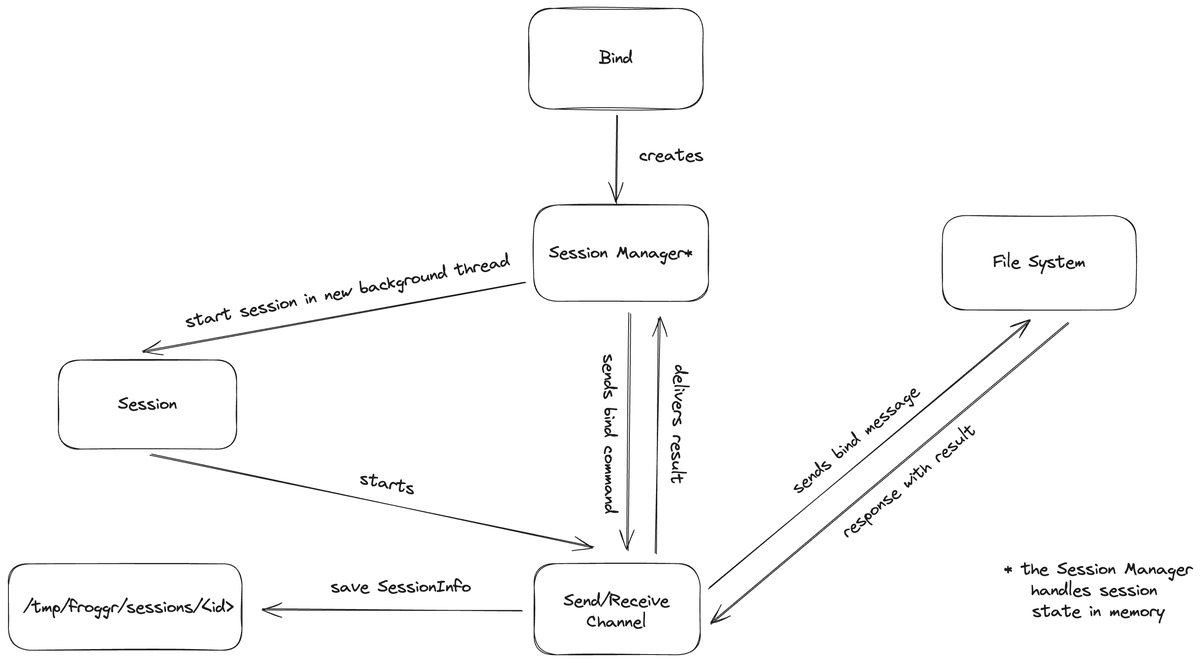
Before: media/bind-process.png, a diagram exported from Excalidraw (doriancodes/filesystem-manager). Source tidied: one line per element, renumbered; positions are measured from the earlier drawing's top-left corner, leaving out a move shared by most shapes.
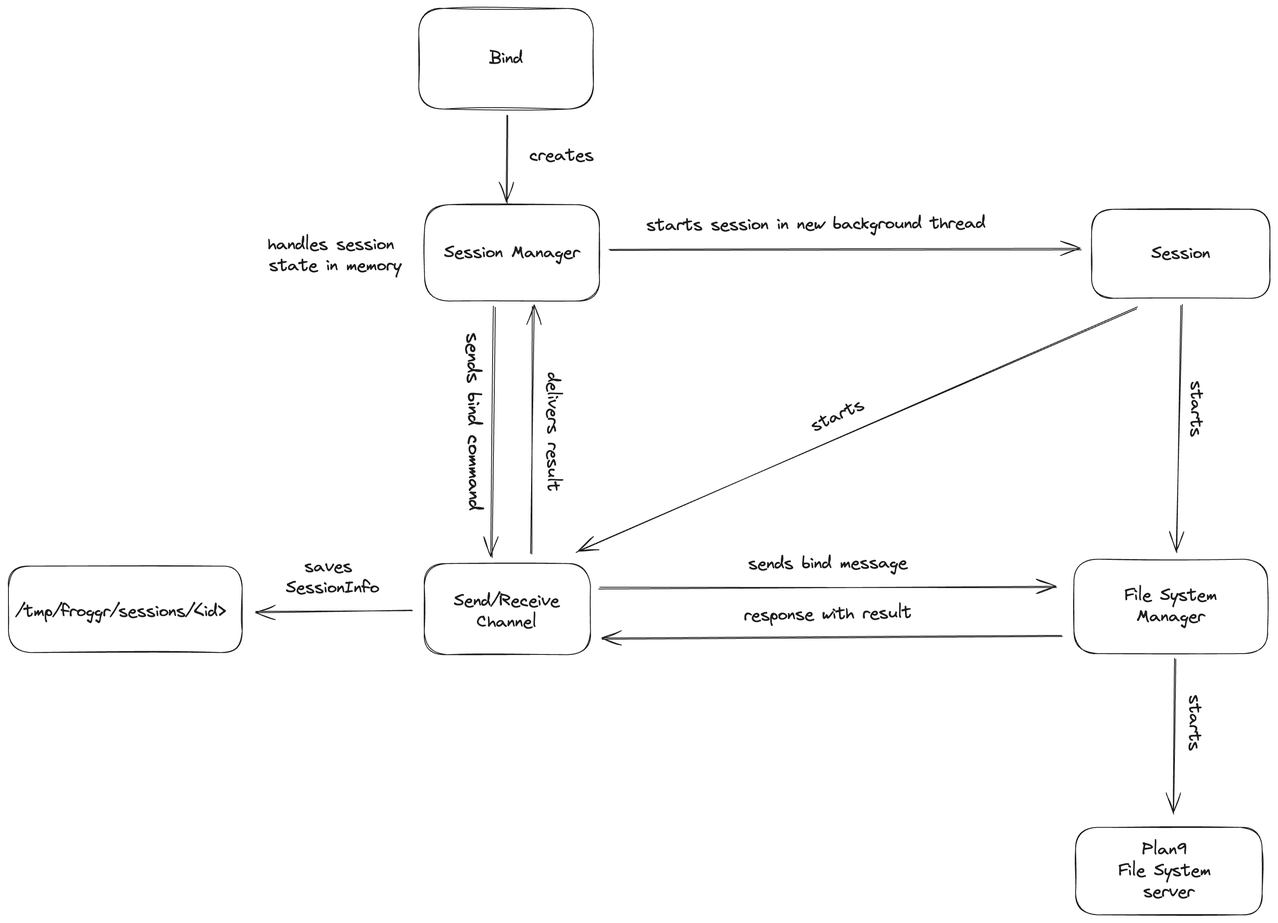
Later version of the same file.

Commit message:
edit bind diagram

Change to the diagram source:
```diff
@@ -1,29 +1,35 @@
 {"id": 0, "type": "rectangle", "strokeColor": "#1e1e1e", "strokeWidth": 1, "roughness": 1, "round": true, "x": 623, "y": 657, "width": 197, "height": 108}
 {"id": 1, "type": "rectangle", "strokeColor": "#1e1e1e", "strokeWidth": 1, "roughness": 1, "round": true, "x": 616, "y": 0, "width": 207, "height": 119}
 {"id": 2, "type": "text", "text": "Bind", "strokeColor": "#1e1e1e", "strokeWidth": 1, "roughness": 1, "fontSize": 20, "fontFamily": 1, "textAlign": "center", "verticalAlign": "middle", "inside": 1, "x": 700, "y": 47, "width": 40, "height": 25}
-{"id": 3, "type": "rectangle", "strokeColor": "#1e1e1e", "strokeWidth": 1, "roughness": 1, "round": true, "x": 622, "y": 233, "width": 207, "height": 114}
+{"id": 3, "type": "rectangle", "strokeColor": "#1e1e1e", "strokeWidth": 1, "roughness": 1, "round": true, "x": 623, "y": 232, "width": 207, "height": 114}
-{"id": 4, "type": "text", "text": "Session Manager*", "strokeColor": "#1e1e1e", "strokeWidth": 1, "roughness": 1, "fontSize": 20, "fontFamily": 1, "textAlign": "center", "verticalAlign": "middle", "inside": 3, "x": 640, "y": 277, "width": 171, "height": 25}
+{"id": 4, "type": "text", "text": "Session Manager", "strokeColor": "#1e1e1e", "strokeWidth": 1, "roughness": 1, "fontSize": 20, "fontFamily": 1, "textAlign": "center", "verticalAlign": "middle", "inside": 3, "x": 646, "y": 277, "width": 161, "height": 25}
 {"id": 5, "type": "text", "text": "Send/Receive\nChannel", "strokeColor": "#1e1e1e", "strokeWidth": 1, "roughness": 1, "fontSize": 20, "fontFamily": 1, "textAlign": "center", "x": 657, "y": 689, "width": 126, "height": 50}
-{"id": 6, "type": "arrow", "strokeColor": "#1e1e1e", "strokeWidth": 1, "roughness": 1, "endArrowhead": "arrow", "round": true, "from": 3, "to": 21, "x": 613, "y": 323, "width": 454, "height": 83, "points": [[0, 0], [-454, 83]]}
 {"id": 7, "type": "arrow", "strokeColor": "#1e1e1e", "strokeWidth": 1, "roughness": 1, "endArrowhead": "arrow", "round": true, "from": 1, "to": 3, "x": 720, "y": 126, "width": 0, "height": 105, "points": [[0, 0], [0, 105]]}
-{"id": 8, "type": "arrow", "strokeColor": "#1e1e1e", "angle": 1.54, "strokeWidth": 1, "roughness": 1, "endArrowhead": "arrow", "round": true, "from": 3, "to": 0, "x": 595, "y": 496, "width": 281, "height": 10, "points": [[0, 0], [281, 10]]}
+{"id": 8, "type": "arrow", "strokeColor": "#1e1e1e", "angle": 1.54, "strokeWidth": 1, "roughness": 1, "endArrowhead": "arrow", "round": true, "from": 3, "to": 0, "x": 557, "y": 495, "width": 297, "height": 11, "points": [[0, 0], [297, 11]]}
-{"id": 9, "type": "rectangle", "strokeColor": "#1e1e1e", "strokeWidth": 1, "roughness": 1, "round": true, "x": 1106, "y": 245, "width": 229, "height": 112}
+{"id": 9, "type": "rectangle", "strokeColor": "#1e1e1e", "strokeWidth": 1, "roughness": 1, "round": true, "x": 1391, "y": 652, "width": 229, "height": 112}
-{"id": 10, "type": "text", "text": "File System", "strokeColor": "#1e1e1e", "strokeWidth": 1, "roughness": 1, "fontSize": 20, "fontFamily": 1, "textAlign": "center", "verticalAlign": "middle", "inside": 9, "x": 1166, "y": 289, "width": 109, "height": 25}
+{"id": 10, "type": "text", "text": "File System\nManager", "strokeColor": "#1e1e1e", "strokeWidth": 1, "roughness": 1, "fontSize": 20, "fontFamily": 1, "textAlign": "center", "verticalAlign": "middle", "inside": 9, "x": 1451, "y": 683, "width": 109, "height": 50}
-{"id": 11, "type": "text", "text": "sends bind command", "strokeColor": "#1e1e1e", "angle": 1.56, "strokeWidth": 1, "roughness": 1, "fontSize": 20, "fontFamily": 1, "x": 617, "y": 491, "width": 189, "height": 25}
+{"id": 11, "type": "text", "text": "sends bind command", "strokeColor": "#1e1e1e", "angle": 1.56, "strokeWidth": 1, "roughness": 1, "fontSize": 22.26, "fontFamily": 1, "x": 575, "y": 476, "width": 210, "height": 28}
-{"id": 12, "type": "arrow", "strokeColor": "#1e1e1e", "strokeWidth": 1, "roughness": 1, "endArrowhead": "arrow", "round": true, "from": 9, "to": 0, "x": 1255, "y": 373, "width": 424, "height": 355, "points": [[0, 0], [-424, 355]]}
+{"id": 12, "type": "arrow", "strokeColor": "#1e1e1e", "strokeWidth": 1, "roughness": 1, "endArrowhead": "arrow", "round": true, "from": 9, "to": 0, "x": 1377, "y": 744, "width": 545, "height": 2, "points": [[0, 0], [-545, 2]]}
-{"id": 13, "type": "text", "text": "response with result", "strokeColor": "#1e1e1e", "angle": 5.6, "strokeWidth": 1, "roughness": 1, "fontSize": 20, "fontFamily": 1, "x": 967, "y": 547, "width": 199, "height": 25}
+{"id": 13, "type": "text", "text": "response with result", "strokeColor": "#1e1e1e", "angle": 6.27, "strokeWidth": 1, "roughness": 1, "fontSize": 20, "fontFamily": 1, "x": 1001, "y": 705, "width": 199, "height": 25}
-{"id": 14, "type": "arrow", "strokeColor": "#1e1e1e", "strokeWidth": 1, "roughness": 1, "endArrowhead": "arrow", "round": true, "from": 0, "to": 3, "x": 768, "y": 645, "width": 3, "height": 279, "points": [[0, 0], [3, -279]]}
+{"id": 14, "type": "arrow", "strokeColor": "#1e1e1e", "strokeWidth": 1, "roughness": 1, "endArrowhead": "arrow", "round": true, "from": 0, "to": 3, "x": 750, "y": 646, "width": 1, "height": 293, "points": [[0, 0], [1, -293]]}
-{"id": 15, "type": "text", "text": "delivers result", "strokeColor": "#1e1e1e", "angle": 1.6, "strokeWidth": 1, "roughness": 1, "fontSize": 20, "fontFamily": 1, "x": 722, "y": 480, "width": 141, "height": 25}
+{"id": 15, "type": "text", "text": "delivers result", "strokeColor": "#1e1e1e", "angle": 1.57, "strokeWidth": 1, "roughness": 1, "fontSize": 20, "fontFamily": 1, "x": 704, "y": 489, "width": 141, "height": 25}
-{"id": 16, "type": "arrow", "strokeColor": "#1e1e1e", "strokeWidth": 1, "roughness": 1, "endArrowhead": "arrow", "round": true, "to": 17, "x": 608, "y": 713, "width": 308, "height": 2, "points": [[0, 0], [-308, -2]]}
+{"id": 16, "type": "arrow", "strokeColor": "#1e1e1e", "strokeWidth": 1, "roughness": 1, "endArrowhead": "arrow", "round": true, "from": 0, "x": 608, "y": 712, "width": 186, "height": 2, "points": [[0, 0], [-186, 2]]}
-{"id": 17, "type": "rectangle", "strokeColor": "#1e1e1e", "strokeWidth": 1, "roughness": 1, "round": true, "x": 0, "y": 658, "width": 277, "height": 102}
+{"id": 17, "type": "rectangle", "strokeColor": "#1e1e1e", "strokeWidth": 1, "roughness": 1, "round": true, "x": 131, "y": 660, "width": 277, "height": 102}
-{"id": 18, "type": "text", "text": "save SessionInfo", "strokeColor": "#1e1e1e", "strokeWidth": 1, "roughness": 1, "fontSize": 20, "fontFamily": 1, "x": 382, "y": 673, "width": 167, "height": 25}
+{"id": 18, "type": "text", "text": "saves \nSessionInfo", "strokeColor": "#1e1e1e", "strokeWidth": 1, "roughness": 1, "fontSize": 20, "fontFamily": 1, "textAlign": "center", "x": 459, "y": 649, "width": 111, "height": 50}
 {"id": 19, "type": "text", "text": "creates", "strokeColor": "#1e1e1e", "strokeWidth": 1, "roughness": 1, "fontSize": 20, "fontFamily": 1, "x": 747, "y": 162, "width": 76, "height": 25}
-{"id": 20, "type": "text", "text": "/tmp/froggr/sessions/<id>", "strokeColor": "#1e1e1e", "strokeWidth": 1, "roughness": 1, "fontSize": 20, "fontFamily": 1, "x": 18, "y": 697, "width": 249, "height": 25}
+{"id": 20, "type": "text", "text": "/tmp/froggr/sessions/<id>", "strokeColor": "#1e1e1e", "strokeWidth": 1, "roughness": 1, "fontSize": 20, "fontFamily": 1, "x": 139, "y": 702, "width": 249, "height": 25}
-{"id": 21, "type": "rectangle", "strokeColor": "#1e1e1e", "strokeWidth": 1, "roughness": 1, "round": true, "x": 59, "y": 416, "width": 211, "height": 105}
+{"id": 21, "type": "rectangle", "strokeColor": "#1e1e1e", "strokeWidth": 1, "roughness": 1, "round": true, "x": 1412, "y": 238, "width": 211, "height": 105}
-{"id": 22, "type": "text", "text": "Session", "strokeColor": "#1e1e1e", "strokeWidth": 1, "roughness": 1, "fontSize": 20, "fontFamily": 1, "textAlign": "center", "verticalAlign": "middle", "inside": 21, "x": 130, "y": 456, "width": 70, "height": 25}
+{"id": 22, "type": "text", "text": "Session", "strokeColor": "#1e1e1e", "strokeWidth": 1, "roughness": 1, "fontSize": 20, "fontFamily": 1, "textAlign": "center", "verticalAlign": "middle", "inside": 21, "x": 1483, "y": 278, "width": 70, "height": 25}
-{"id": 23, "type": "arrow", "strokeColor": "#1e1e1e", "strokeWidth": 1, "roughness": 1, "endArrowhead": "arrow", "round": true, "from": 21, "to": 0, "x": 168, "y": 529, "width": 525, "height": 108, "points": [[0, 0], [525, 108]]}
-{"id": 24, "type": "text", "text": "starts", "strokeColor": "#1e1e1e", "angle": 0.2, "strokeWidth": 1, "roughness": 1, "fontSize": 20, "fontFamily": 1, "x": 416, "y": 551, "width": 66, "height": 25}
+{"id": 24, "type": "text", "text": "starts", "strokeColor": "#1e1e1e", "angle": 5.85, "strokeWidth": 1, "roughness": 1, "fontSize": 20, "fontFamily": 1, "x": 1078, "y": 470, "width": 66, "height": 25}
-{"id": 25, "type": "text", "text": "* the Session Manager\nhandles session \nstate in memory", "strokeColor": "#1e1e1e", "strokeWidth": 1, "roughness": 1, "fontSize": 20, "fontFamily": 1, "textAlign": "center", "x": 1179, "y": 652, "width": 224, "height": 75}
+{"id": 25, "type": "text", "text": "\nhandles session \nstate in memory", "strokeColor": "#1e1e1e", "strokeWidth": 1, "roughness": 1, "fontSize": 20, "fontFamily": 1, "textAlign": "center", "x": 438, "y": 243, "width": 159, "height": 75}
-{"id": 26, "type": "arrow", "strokeColor": "#1e1e1e", "strokeWidth": 1, "roughness": 1, "endArrowhead": "arrow", "round": true, "from": 0, "to": 9, "x": 830, "y": 686, "width": 379, "height": 318, "points": [[0, 0], [379, -318]]}
+{"id": 26, "type": "arrow", "strokeColor": "#1e1e1e", "strokeWidth": 1, "roughness": 1, "endArrowhead": "arrow", "round": true, "from": 0, "to": 9, "x": 830, "y": 686, "width": 540, "height": 2, "points": [[0, 0], [540, -2]]}
-{"id": 27, "type": "text", "text": "sends bind message", "strokeColor": "#1e1e1e", "angle": 5.59, "strokeWidth": 1, "roughness": 1, "fontSize": 20, "fontFamily": 1, "textAlign": "center", "x": 909, "y": 498, "width": 189, "height": 25}
+{"id": 27, "type": "text", "text": "sends bind message", "strokeColor": "#1e1e1e", "angle": 6.28, "strokeWidth": 1, "roughness": 1, "fontSize": 20, "fontFamily": 1, "textAlign": "center", "x": 1006, "y": 645, "width": 189, "height": 25}
-{"id": 28, "type": "text", "text": "start session in new background thread", "strokeColor": "#1e1e1e", "angle": 6.09, "strokeWidth": 1, "roughness": 1, "fontSize": 20, "fontFamily": 1, "textAlign": "center", "x": 206, "y": 323, "width": 390, "height": 25}
+{"id": 28, "type": "text", "text": "starts session in new background thread", "strokeColor": "#1e1e1e", "angle": 6.28, "strokeWidth": 1, "roughness": 1, "fontSize": 20, "fontFamily": 1, "textAlign": "center", "x": 886, "y": 243, "width": 401, "height": 25}
+{"id": 29, "type": "arrow", "strokeColor": "#1e1e1e", "strokeWidth": 1, "roughness": 1, "endArrowhead": "arrow", "round": true, "from": 3, "to": 21, "x": 843, "y": 287, "width": 558, "height": 1, "points": [[0, 0], [558, -1]]}
+{"id": 30, "type": "arrow", "strokeColor": "#1e1e1e", "strokeWidth": 1, "roughness": 1, "endArrowhead": "arrow", "round": true, "from": 21, "to": 0, "x": 1466, "y": 354, "width": 663, "height": 289, "points": [[0, 0], [-663, 289]]}
+{"id": 31, "type": "arrow", "strokeColor": "#1e1e1e", "strokeWidth": 1, "roughness": 1, "endArrowhead": "arrow", "round": true, "from": 21, "to": 9, "x": 1519, "y": 352, "width": 6, "height": 292, "points": [[0, 0], [-6, 292]]}
+{"id": 32, "type": "text", "text": "starts", "strokeColor": "#1e1e1e", "angle": 1.58, "strokeWidth": 1, "roughness": 1, "fontSize": 20, "fontFamily": 1, "textAlign": "center", "x": 1503, "y": 462, "width": 66, "height": 25}
+{"id": 33, "type": "rectangle", "strokeColor": "#1e1e1e", "strokeWidth": 1, "roughness": 1, "round": true, "x": 1393, "y": 970, "width": 221, "height": 104}
+{"id": 34, "type": "text", "text": "Plan9 \nFile System \nserver", "strokeColor": "#1e1e1e", "strokeWidth": 1, "roughness": 1, "fontSize": 20, "fontFamily": 1, "textAlign": "center", "verticalAlign": "middle", "inside": 33, "x": 1444, "y": 984, "width": 119, "height": 75}
+{"id": 35, "type": "arrow", "strokeColor": "#1e1e1e", "strokeWidth": 1, "roughness": 1, "endArrowhead": "arrow", "round": true, "from": 9, "to": 33, "x": 1512, "y": 771, "width": 4, "height": 182, "points": [[0, 0], [-4, 182]]}
+{"id": 36, "type": "text", "text": "starts", "strokeColor": "#1e1e1e", "angle": 1.58, "strokeWidth": 1, "roughness": 1, "fontSize": 20, "fontFamily": 1, "textAlign": "center", "x": 1501, "y": 834, "width": 66, "height": 25}
```
